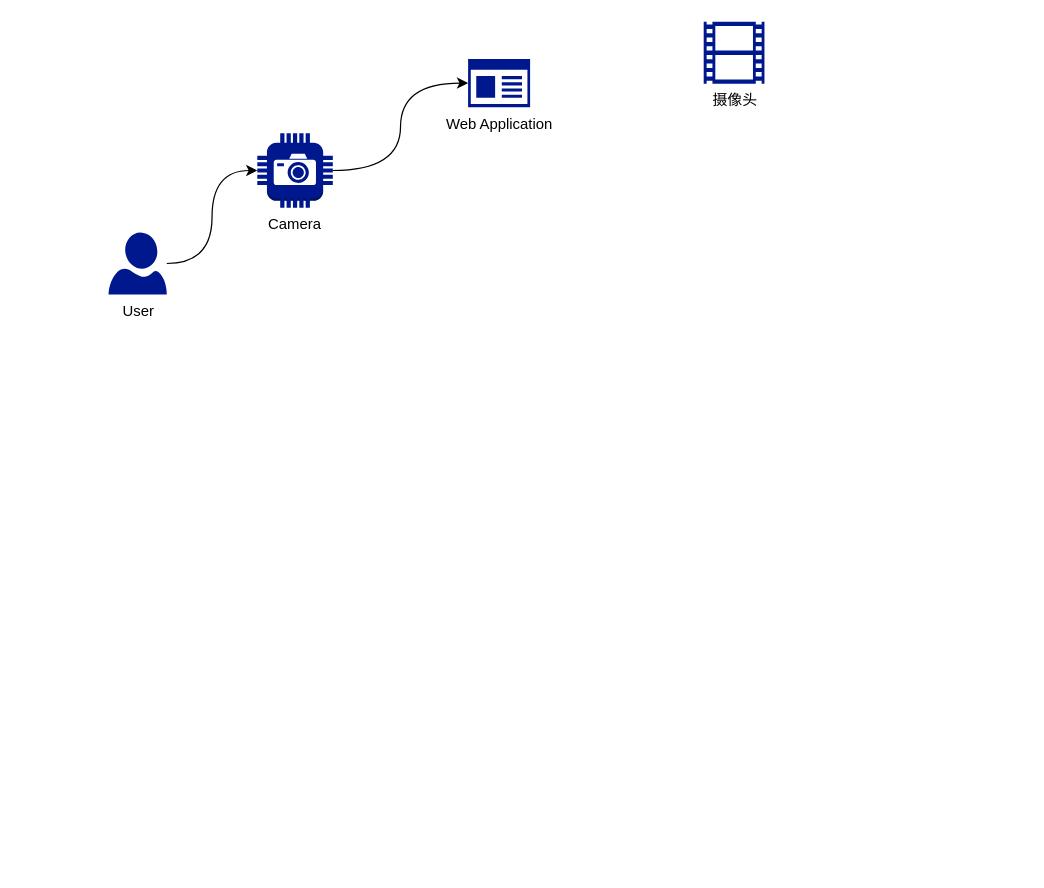
Earlier version of the draw.io diagram map/bigdata-course-pic1.drawio (msqtt/Sources). Source tidied: cells renumbered, new cells numbered last; positions are measured from the earlier drawing's top-left corner, leaving out a move shared by most shapes. Both pictures are drawn from the tidied source at 124%, with x=0, y=0 at pixel (108, 21).
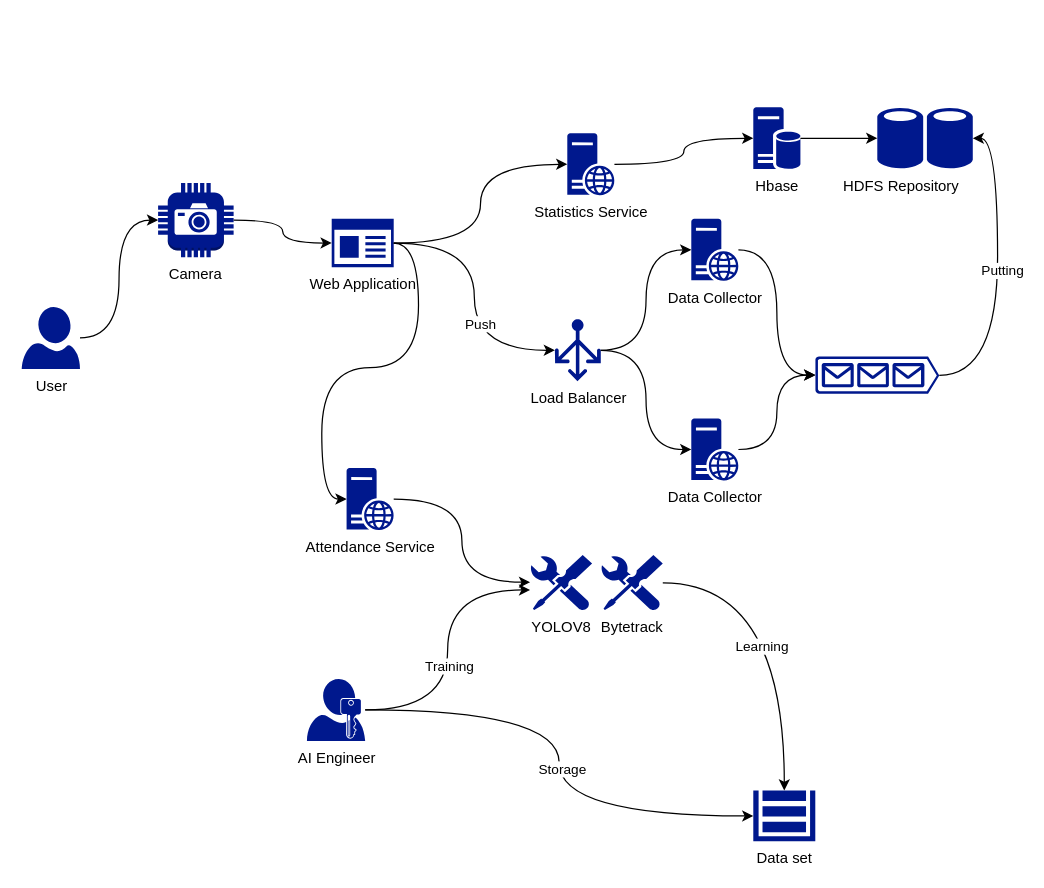
The same page after the edit.

The edit, as a diff of the source:
```diff
@@
     <mxCell id="2" value="Web Application" style="sketch=0;shadow=0;dashed=0;html=1;strokeColor=none;labelPosition=center;verticalLabelPosition=bottom;verticalAlign=top;align=center;fillColor=#00188D;shape=mxgraph.mscae.enterprise.app_generic;" parent="1" vertex="1">
-      <mxGeometry x="290" y="30" width="50" height="39" as="geometry" />
+      <mxGeometry x="180" y="159" width="50" height="39" as="geometry" />
     </mxCell>
-    <mxCell id="3" value="摄像头" style="sketch=0;shadow=0;dashed=0;html=1;strokeColor=none;labelPosition=center;verticalLabelPosition=bottom;verticalAlign=top;align=center;fillColor=#00188D;shape=mxgraph.mscae.general.video;" parent="1" vertex="1">
-      <mxGeometry x="480" width="49" height="50" as="geometry" />
-    </mxCell>
     <mxCell id="4" value="Camera" style="outlineConnect=0;dashed=0;verticalLabelPosition=bottom;verticalAlign=top;align=center;html=1;shape=mxgraph.aws3.camera;fillColor=#00188D;gradientColor=none;" parent="1" vertex="1">
-      <mxGeometry x="120" y="90" width="60.9" height="60" as="geometry" />
+      <mxGeometry x="40" y="130" width="60.9" height="60" as="geometry" />
     </mxCell>
     <mxCell id="5" value="User" style="sketch=0;shadow=0;dashed=0;html=1;strokeColor=none;labelPosition=center;verticalLabelPosition=bottom;verticalAlign=top;align=center;fillColor=#00188D;shape=mxgraph.azure.user;" parent="1" vertex="1">
-      <mxGeometry y="170" width="47" height="50" as="geometry" />
+      <mxGeometry x="-70" y="230" width="47" height="50" as="geometry" />
     </mxCell>
@@
+    <mxCell id="8" value="Data Collector" style="sketch=0;shadow=0;dashed=0;html=1;strokeColor=none;labelPosition=center;verticalLabelPosition=bottom;verticalAlign=top;align=center;fillColor=#00188D;shape=mxgraph.mscae.enterprise.web_server;" parent="1" vertex="1">
+      <mxGeometry x="470" y="159" width="38" height="50" as="geometry" />
+    </mxCell>
+    <mxCell id="9" style="edgeStyle=orthogonalEdgeStyle;rounded=0;jettySize=auto;html=1;entryX=0;entryY=0.5;entryDx=0;entryDy=0;entryPerimeter=0;curved=1;" parent="1" edge="1" source="8" target="12">
+      <mxGeometry relative="1" as="geometry" />
+    </mxCell>
+    <mxCell id="10" value="&lt;div&gt;Load Balancer&lt;/div&gt;" style="sketch=0;shadow=0;dashed=0;html=1;strokeColor=none;labelPosition=center;verticalLabelPosition=bottom;verticalAlign=top;align=center;fillColor=#00188D;shape=mxgraph.azure.load_balancer_generic;" parent="1" vertex="1">
+      <mxGeometry x="360" y="240" width="37" height="50" as="geometry" />
+    </mxCell>
+    <mxCell id="11" style="edgeStyle=orthogonalEdgeStyle;rounded=0;jettySize=auto;html=1;entryX=0;entryY=0.5;entryDx=0;entryDy=0;entryPerimeter=0;curved=1;" parent="1" edge="1" source="10" target="8">
+      <mxGeometry relative="1" as="geometry" />
+    </mxCell>
+    <mxCell id="12" style="sketch=0;shadow=0;dashed=0;html=1;strokeColor=none;labelPosition=center;verticalLabelPosition=bottom;verticalAlign=top;align=center;fillColor=#00188D;shape=mxgraph.azure.queue_generic;" parent="1" vertex="1">
+      <mxGeometry x="570" y="270" width="100" height="30" as="geometry" />
+    </mxCell>
+    <mxCell id="13" style="edgeStyle=orthogonalEdgeStyle;rounded=0;jettySize=auto;html=1;entryX=0;entryY=0.5;entryDx=0;entryDy=0;entryPerimeter=0;curved=1;" parent="1" edge="1" source="2" target="10">
+      <mxGeometry relative="1" as="geometry" />
+    </mxCell>
+    <mxCell id="14" value="Push" style="edgeLabel;html=1;align=center;verticalAlign=middle;" parent="13" vertex="1">
+      <mxGeometry x="0.2" y="4" relative="1" as="geometry" />
+    </mxCell>
+    <mxCell id="15" style="edgeStyle=orthogonalEdgeStyle;rounded=0;jettySize=auto;html=1;entryX=0;entryY=0.5;entryDx=0;entryDy=0;entryPerimeter=0;curved=1;exitX=1;exitY=0.5;exitDx=0;exitDy=0;exitPerimeter=0;" parent="1" edge="1" source="2" target="16">
+      <mxGeometry relative="1" as="geometry" />
+    </mxCell>
+    <mxCell id="16" value="&lt;a&gt;Attendance &lt;/a&gt;Service" style="sketch=0;shadow=0;dashed=0;html=1;strokeColor=none;labelPosition=center;verticalLabelPosition=bottom;verticalAlign=top;align=center;fillColor=#00188D;shape=mxgraph.mscae.enterprise.web_server;" parent="1" vertex="1">
+      <mxGeometry x="192" y="360" width="38" height="50" as="geometry" />
+    </mxCell>
+    <mxCell id="17" style="edgeStyle=orthogonalEdgeStyle;rounded=0;jettySize=auto;html=1;entryX=0;entryY=0.489;entryDx=0;entryDy=0;entryPerimeter=0;curved=1;" parent="1" edge="1" source="16" target="18">
+      <mxGeometry relative="1" as="geometry" />
+    </mxCell>
+    <mxCell id="18" value="YOLOV8" style="sketch=0;shadow=0;dashed=0;html=1;strokeColor=none;labelPosition=center;verticalLabelPosition=bottom;verticalAlign=top;align=center;fillColor=#00188D;shape=mxgraph.mscae.enterprise.tool;" parent="1" vertex="1">
+      <mxGeometry x="340" y="430" width="50" height="45" as="geometry" />
+    </mxCell>
+    <mxCell id="19" value="Data set " style="sketch=0;shadow=0;dashed=0;html=1;strokeColor=none;labelPosition=center;verticalLabelPosition=bottom;verticalAlign=top;align=center;fillColor=#00188D;shape=mxgraph.mscae.enterprise.storage;" parent="1" vertex="1">
+      <mxGeometry x="520" y="620" width="50" height="41" as="geometry" />
+    </mxCell>
+    <mxCell id="20" style="edgeStyle=orthogonalEdgeStyle;rounded=0;jettySize=auto;html=1;entryX=0.5;entryY=0;entryDx=0;entryDy=0;entryPerimeter=0;curved=1;" parent="1" edge="1" source="36" target="19">
+      <mxGeometry relative="1" as="geometry" />
+    </mxCell>
+    <mxCell id="21" value="Learning" style="edgeLabel;html=1;align=center;verticalAlign=middle;" parent="20" vertex="1">
+      <mxGeometry x="0.13" y="-19" relative="1" as="geometry">
+        <mxPoint y="-1" as="offset" />
+      </mxGeometry>
+    </mxCell>
+    <mxCell id="22" value="AI Engineer" style="sketch=0;shadow=0;dashed=0;html=1;strokeColor=none;labelPosition=center;verticalLabelPosition=bottom;verticalAlign=top;align=center;shape=mxgraph.mscae.enterprise.user_permissions;fillColor=#00188D;" parent="1" vertex="1">
+      <mxGeometry x="160" y="530" width="47" height="50" as="geometry" />
+    </mxCell>
+    <mxCell id="23" style="edgeStyle=orthogonalEdgeStyle;rounded=0;jettySize=auto;html=1;entryX=0;entryY=0.5;entryDx=0;entryDy=0;entryPerimeter=0;curved=1;" parent="1" edge="1" source="22" target="19">
+      <mxGeometry relative="1" as="geometry" />
+    </mxCell>
+    <mxCell id="24" value="Storage" style="edgeLabel;html=1;align=center;verticalAlign=middle;" parent="23" vertex="1">
+      <mxGeometry x="0.03" y="2" relative="1" as="geometry">
+        <mxPoint y="-1" as="offset" />
+      </mxGeometry>
+    </mxCell>
+    <mxCell id="25" style="edgeStyle=orthogonalEdgeStyle;rounded=0;jettySize=auto;html=1;entryX=0;entryY=0.628;entryDx=0;entryDy=0;entryPerimeter=0;curved=1;" parent="1" edge="1" source="22" target="18">
+      <mxGeometry relative="1" as="geometry" />
+    </mxCell>
+    <mxCell id="26" value="Training" style="edgeLabel;html=1;align=center;verticalAlign=middle;" parent="25" vertex="1">
+      <mxGeometry x="-0.12" y="-1" relative="1" as="geometry">
+        <mxPoint y="-1" as="offset" />
+      </mxGeometry>
+    </mxCell>
+    <mxCell id="27" value="Data Collector" style="sketch=0;shadow=0;dashed=0;html=1;strokeColor=none;labelPosition=center;verticalLabelPosition=bottom;verticalAlign=top;align=center;fillColor=#00188D;shape=mxgraph.mscae.enterprise.web_server;" parent="1" vertex="1">
+      <mxGeometry x="470" y="320" width="38" height="50" as="geometry" />
+    </mxCell>
+    <mxCell id="28" style="edgeStyle=orthogonalEdgeStyle;rounded=0;jettySize=auto;html=1;entryX=0;entryY=0.5;entryDx=0;entryDy=0;entryPerimeter=0;elbow=vertical;curved=1;" parent="1" edge="1" source="10" target="27">
+      <mxGeometry relative="1" as="geometry" />
+    </mxCell>
+    <mxCell id="29" style="edgeStyle=orthogonalEdgeStyle;rounded=0;jettySize=auto;html=1;entryX=0;entryY=0.5;entryDx=0;entryDy=0;entryPerimeter=0;curved=1;" parent="1" edge="1" source="27" target="12">
+      <mxGeometry relative="1" as="geometry" />
+    </mxCell>
+    <mxCell id="30" value="&lt;span class=&quot;dict-pos&quot;&gt;&lt;/span&gt;&lt;a&gt;Statistics &lt;/a&gt;Service" style="sketch=0;shadow=0;dashed=0;html=1;strokeColor=none;labelPosition=center;verticalLabelPosition=bottom;verticalAlign=top;align=center;fillColor=#00188D;shape=mxgraph.mscae.enterprise.web_server;" parent="1" vertex="1">
+      <mxGeometry x="370" y="90" width="38" height="50" as="geometry" />
+    </mxCell>
+    <mxCell id="31" value="Hbase" style="sketch=0;shadow=0;dashed=0;html=1;strokeColor=none;labelPosition=center;verticalLabelPosition=bottom;verticalAlign=top;align=center;fillColor=#00188D;shape=mxgraph.mscae.enterprise.database_server;" parent="1" vertex="1">
+      <mxGeometry x="520" y="69" width="38" height="50" as="geometry" />
+    </mxCell>
+    <mxCell id="32" value="HDFS Repository" style="sketch=0;shadow=0;dashed=0;html=1;strokeColor=none;labelPosition=center;verticalLabelPosition=bottom;verticalAlign=top;align=center;fillColor=#00188D;shape=mxgraph.mscae.enterprise.database_generic;" parent="1" vertex="1">
+      <mxGeometry x="620" y="69" width="37" height="50" as="geometry" />
+    </mxCell>
+    <mxCell id="33" style="edgeStyle=orthogonalEdgeStyle;rounded=0;jettySize=auto;html=1;exitX=1;exitY=0.51;exitDx=0;exitDy=0;exitPerimeter=0;entryX=1;entryY=0.5;entryDx=0;entryDy=0;entryPerimeter=0;curved=1;" parent="1" edge="1" source="12" target="35">
+      <mxGeometry relative="1" as="geometry" />
+    </mxCell>
+    <mxCell id="34" value="Putting" style="edgeLabel;html=1;align=center;verticalAlign=middle;" parent="33" vertex="1">
+      <mxGeometry x="0.02" y="-3" relative="1" as="geometry" />
+    </mxCell>
+    <mxCell id="35" style="sketch=0;shadow=0;dashed=0;html=1;strokeColor=none;labelPosition=center;verticalLabelPosition=bottom;verticalAlign=top;align=center;fillColor=#00188D;shape=mxgraph.mscae.enterprise.database_generic;" parent="1" vertex="1">
+      <mxGeometry x="660" y="69" width="37" height="50" as="geometry" />
+    </mxCell>
+    <mxCell id="36" value="Bytetrack" style="sketch=0;shadow=0;dashed=0;html=1;strokeColor=none;labelPosition=center;verticalLabelPosition=bottom;verticalAlign=top;align=center;fillColor=#00188D;shape=mxgraph.mscae.enterprise.tool;" parent="1" vertex="1">
+      <mxGeometry x="397" y="430" width="50" height="45" as="geometry" />
+    </mxCell>
+    <mxCell id="37" style="edgeStyle=orthogonalEdgeStyle;rounded=0;jettySize=auto;html=1;entryX=0;entryY=0.5;entryDx=0;entryDy=0;entryPerimeter=0;curved=1;" parent="1" edge="1" source="2" target="30">
+      <mxGeometry relative="1" as="geometry" />
+    </mxCell>
+    <mxCell id="38" style="edgeStyle=orthogonalEdgeStyle;rounded=0;jettySize=auto;html=1;entryX=0;entryY=0.5;entryDx=0;entryDy=0;entryPerimeter=0;curved=1;" parent="1" edge="1" source="30" target="31">
+      <mxGeometry relative="1" as="geometry" />
+    </mxCell>
+    <mxCell id="39" style="edgeStyle=orthogonalEdgeStyle;rounded=0;jettySize=auto;html=1;entryX=0;entryY=0.5;entryDx=0;entryDy=0;entryPerimeter=0;curved=1;" parent="1" edge="1" source="31" target="32">
+      <mxGeometry relative="1" as="geometry" />
+    </mxCell>
```
